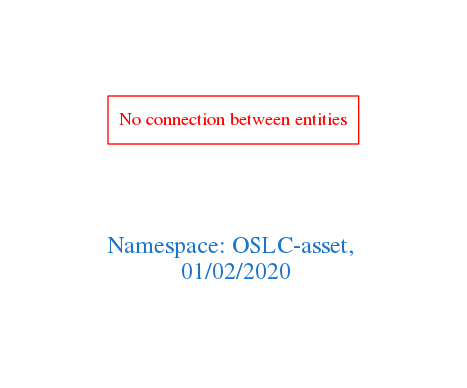
Earlier version of the Graphviz export downloads/OSLC-asset.png (arago/OGIT). Its source is kept beside it as downloads/OSLC-asset.dot.
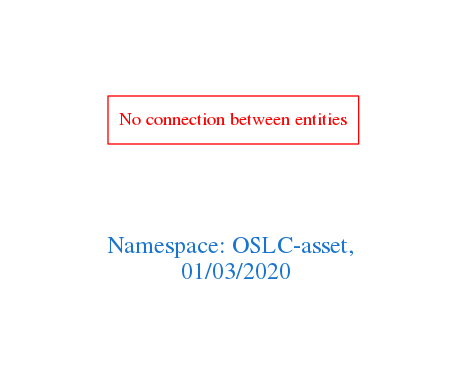
The same diagram one commit later.

The edit, as a diff of the source:
```diff
@@ -1,7 +1,7 @@
 digraph OGIT_ontology {
  graph [ rankdir= LR,pad=1
 fontsize = 18,
-fontcolor= dodgerblue3,label = "\n\n\nNamespace: OSLC-asset, \n 01/02/2020"];
+fontcolor= dodgerblue3,label = "\n\n\nNamespace: OSLC-asset, \n 01/03/2020"];
 node[shape=polygon];
 edge [  color="gray81"];
 
```
